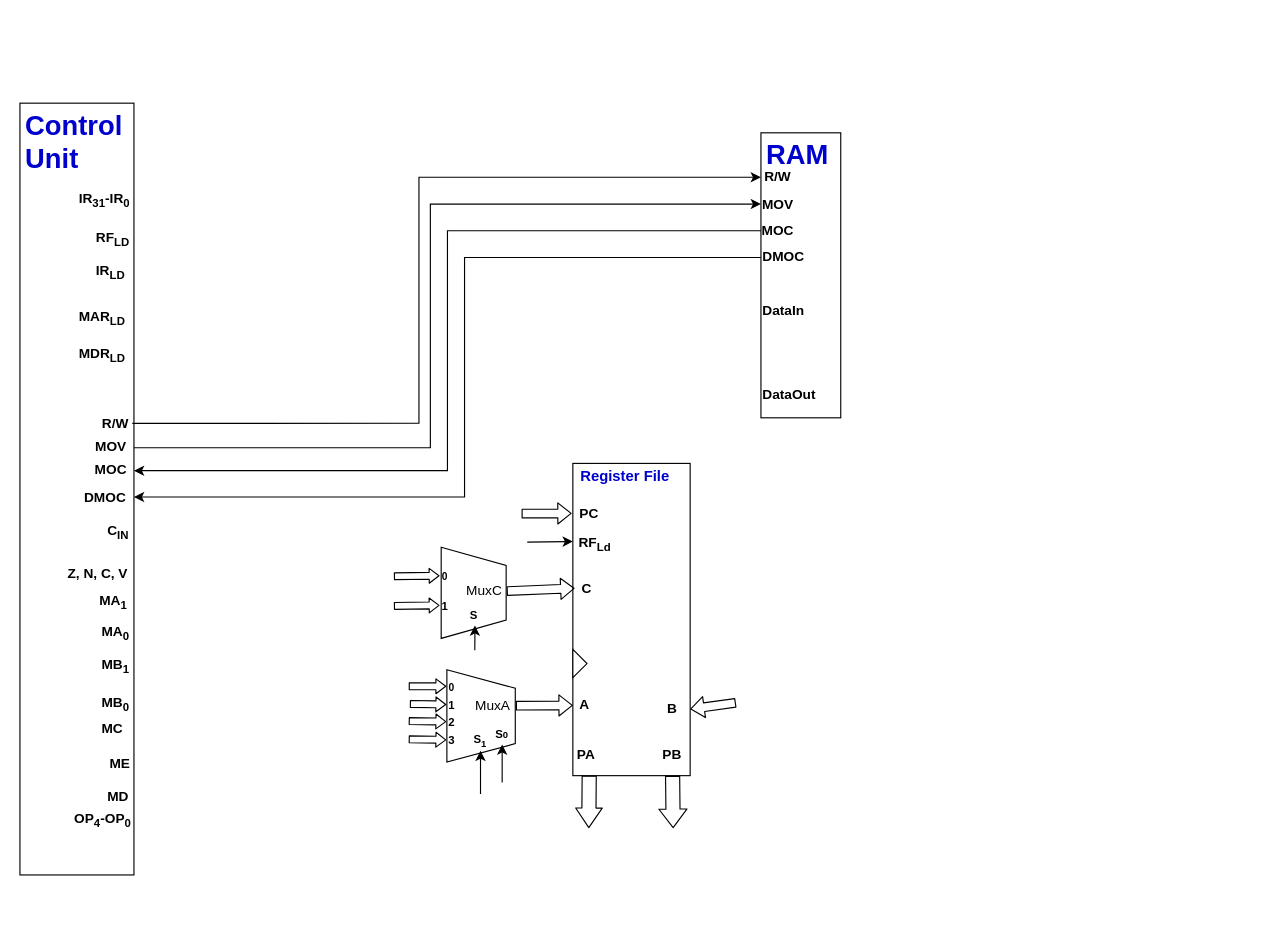
Earlier version of the draw.io diagram MIPS CPU Diagram.drawio (TheParodicts/MIPS_CPU_Diagram). Source tidied: cells renumbered, new cells numbered last; positions are measured from the earlier drawing's top-left corner, leaving out a move shared by most shapes. Both pictures are drawn from the tidied source at 114%, with x=0, y=0 at pixel (19, 103).
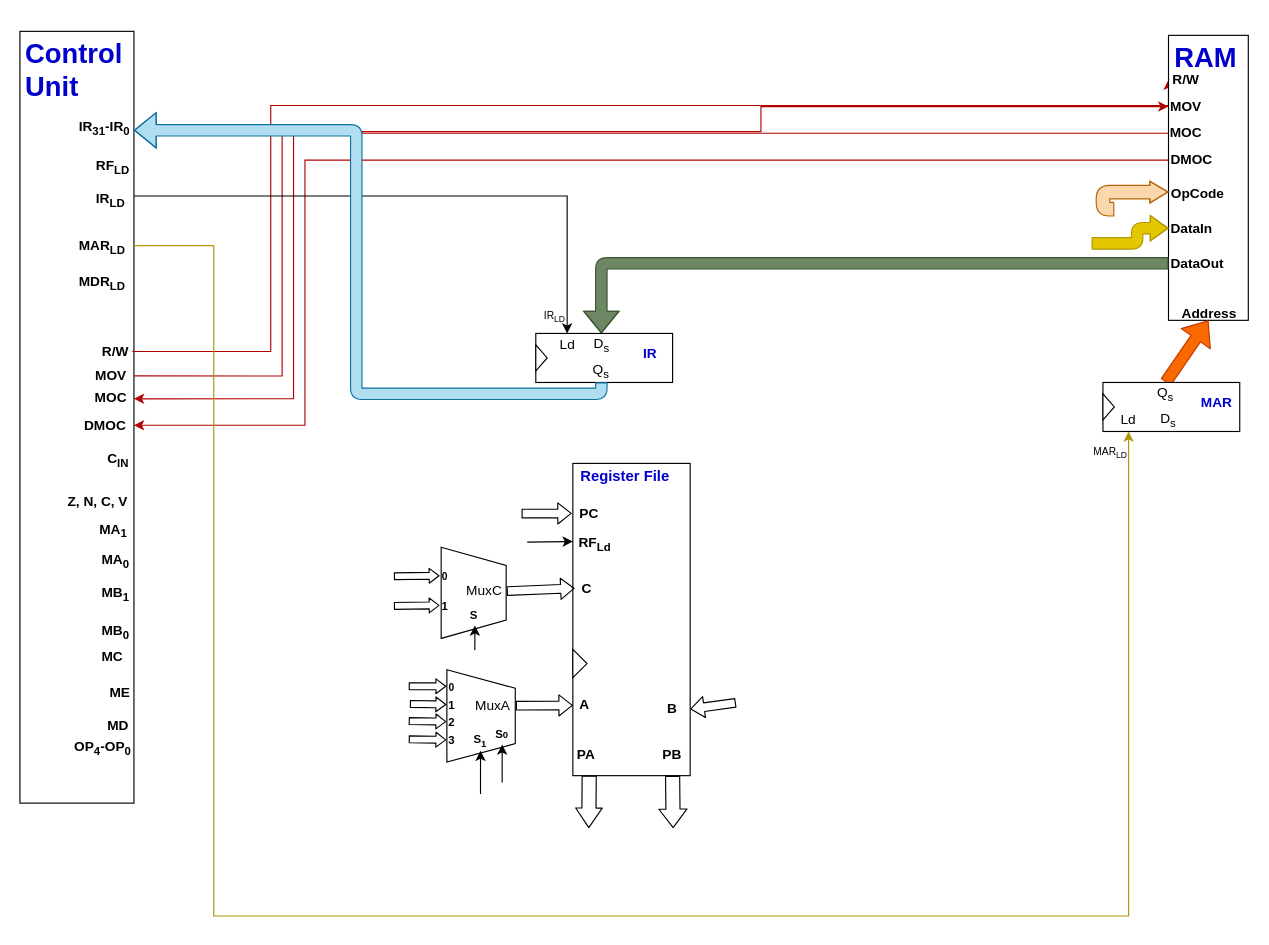
After the change.

Commit message:
Merged Sofias REg file and added MAR and IR

Unchanged cells that the change refers to:
```xml
<mxCell id="8" value="&lt;div style=&quot;text-align: left&quot;&gt;&lt;b&gt;MOC&lt;/b&gt;&lt;/div&gt;" style="text;html=1;strokeColor=none;fillColor=none;align=center;verticalAlign=middle;whiteSpace=wrap;rounded=0;" parent="5" vertex="1">
  <mxGeometry x="60" y="314.7" width="40" height="15.3" as="geometry" />
</mxCell>
<mxCell id="19" value="&lt;div style=&quot;text-align: right&quot;&gt;&lt;b&gt;IR&lt;sub&gt;31&lt;/sub&gt;-IR&lt;sub&gt;0&lt;/sub&gt;&lt;/b&gt;&lt;br&gt;&lt;/div&gt;" style="text;html=1;" parent="5" vertex="1">
  <mxGeometry x="50" y="70.1" width="50" height="33.4" as="geometry" />
</mxCell>
<mxCell id="21" value="&lt;div style=&quot;text-align: right&quot;&gt;&lt;b&gt;IR&lt;sub&gt;LD&lt;/sub&gt;&lt;/b&gt;&lt;br&gt;&lt;/div&gt;" style="text;html=1;" parent="5" vertex="1">
  <mxGeometry x="65" y="132.5" width="35" height="23.8" as="geometry" />
</mxCell>
<mxCell id="22" value="&lt;div style=&quot;text-align: right&quot;&gt;&lt;b&gt;MAR&lt;sub&gt;LD&lt;/sub&gt;&lt;/b&gt;&lt;br&gt;&lt;/div&gt;" style="text;html=1;" parent="5" vertex="1">
  <mxGeometry x="50" y="174" width="50" height="28" as="geometry" />
</mxCell>
<mxCell id="24" value="&lt;div style=&quot;text-align: left&quot;&gt;&lt;b&gt;DMOC&lt;/b&gt;&lt;/div&gt;" style="text;html=1;strokeColor=none;fillColor=none;align=center;verticalAlign=middle;whiteSpace=wrap;rounded=0;" parent="5" vertex="1">
  <mxGeometry x="50" y="338" width="50" height="15" as="geometry" />
</mxCell>
<mxCell id="25" value="&lt;div style=&quot;text-align: left&quot;&gt;&lt;b&gt;MOV&lt;/b&gt;&lt;/div&gt;" style="text;html=1;strokeColor=none;fillColor=none;align=center;verticalAlign=middle;whiteSpace=wrap;rounded=0;" parent="5" vertex="1">
  <mxGeometry x="60" y="292.7" width="40" height="19.1" as="geometry" />
</mxCell>
<mxCell id="26" value="&lt;div style=&quot;text-align: left&quot;&gt;&lt;b&gt;R/W&lt;/b&gt;&lt;/div&gt;" style="text;html=1;strokeColor=none;fillColor=none;align=center;verticalAlign=middle;whiteSpace=wrap;rounded=0;" parent="5" vertex="1">
  <mxGeometry x="68.5" y="273.4" width="30" height="14.9" as="geometry" />
</mxCell>
<mxCell id="30" style="group;" parent="29" vertex="1">
  <mxGeometry width="70" height="250" as="geometry" />
</mxCell>
<mxCell id="31" style="group;" parent="30" vertex="1">
  <mxGeometry width="70" height="250" as="geometry" />
</mxCell>
<mxCell id="34" value="&lt;div style=&quot;text-align: left&quot;&gt;&lt;b&gt;R/W&lt;/b&gt;&lt;/div&gt;" style="text;html=1;strokeColor=none;fillColor=none;align=center;verticalAlign=middle;whiteSpace=wrap;rounded=0;" parent="31" vertex="1">
  <mxGeometry y="31.2" width="30" height="15.6" as="geometry" />
</mxCell>
<mxCell id="35" value="&lt;div style=&quot;text-align: left&quot;&gt;&lt;b&gt;MOC&lt;/b&gt;&lt;/div&gt;" style="text;html=1;strokeColor=none;fillColor=none;align=center;verticalAlign=middle;whiteSpace=wrap;rounded=0;" parent="31" vertex="1">
  <mxGeometry y="78.1" width="30" height="15.6" as="geometry" />
</mxCell>
<mxCell id="36" value="&lt;div style=&quot;text-align: left&quot;&gt;&lt;b&gt;DMOC&lt;/b&gt;&lt;/div&gt;" style="text;html=1;strokeColor=none;fillColor=none;align=center;verticalAlign=middle;whiteSpace=wrap;rounded=0;" parent="31" vertex="1">
  <mxGeometry y="101.6" width="40" height="15.6" as="geometry" />
</mxCell>
<mxCell id="38" value="&lt;div style=&quot;text-align: left&quot;&gt;&lt;b&gt;MOV&lt;/b&gt;&lt;/div&gt;" style="text;html=1;strokeColor=none;fillColor=none;align=center;verticalAlign=middle;whiteSpace=wrap;rounded=0;" parent="30" vertex="1">
  <mxGeometry y="52.5" width="30" height="20" as="geometry" />
</mxCell>
```

The edit, as a diff of the source:
```diff
@@
-    <mxCell id="2" style="edgeStyle=orthogonalEdgeStyle;rounded=0;jettySize=auto;html=1;entryX=1;entryY=0.5;entryDx=0;entryDy=0;" parent="1" edge="1" source="35" target="8">
+    <mxCell id="2" style="edgeStyle=orthogonalEdgeStyle;rounded=0;jettySize=auto;html=1;entryX=1;entryY=0.5;entryDx=0;entryDy=0;fillColor=#e51400;strokeColor=#B20000;exitX=0;exitY=0.5;exitDx=0;exitDy=0;" parent="1" edge="1" source="35" target="8">
       <mxGeometry relative="1" as="geometry">
         <Array as="points">
-          <mxPoint x="375" y="112" />
-          <mxPoint x="375" y="322" />
+          <mxPoint x="240" y="26" />
+          <mxPoint x="240" y="259" />
         </Array>
       </mxGeometry>
     </mxCell>
-    <mxCell id="3" style="edgeStyle=orthogonalEdgeStyle;rounded=0;jettySize=auto;html=1;entryX=1;entryY=0.5;entryDx=0;entryDy=0;" parent="1" edge="1" source="36" target="24">
+    <mxCell id="3" style="edgeStyle=orthogonalEdgeStyle;rounded=0;jettySize=auto;html=1;entryX=1;entryY=0.5;entryDx=0;entryDy=0;fillColor=#e51400;strokeColor=#B20000;" parent="1" edge="1" source="36" target="24">
       <mxGeometry relative="1" as="geometry">
         <Array as="points">
-          <mxPoint x="390" y="135" />
-          <mxPoint x="390" y="346" />
+          <mxPoint x="250" y="50" />
+          <mxPoint x="250" y="282" />
         </Array>
       </mxGeometry>
     </mxCell>
     <mxCell id="4" style="group;" parent="1" vertex="1">
-      <mxGeometry width="101" height="677" as="geometry" />
+      <mxGeometry y="-63" width="101" height="677" as="geometry" />
     </mxCell>
@@
-    <mxCell id="27" style="endArrow=classic;html=1;exitX=1;exitY=0.5;exitDx=0;exitDy=0;entryX=0;entryY=0.5;entryDx=0;entryDy=0;edgeStyle=orthogonalEdgeStyle;rounded=0;" parent="1" edge="1" source="26" target="34">
+    <mxCell id="27" style="endArrow=classic;html=1;exitX=1;exitY=0.5;exitDx=0;exitDy=0;entryX=0;entryY=0.5;entryDx=0;entryDy=0;edgeStyle=orthogonalEdgeStyle;rounded=0;fillColor=#e51400;strokeColor=#B20000;" parent="1" edge="1" source="26" target="34">
       <mxGeometry relative="1" as="geometry">
         <Array as="points">
-          <mxPoint x="350" y="281" />
-          <mxPoint x="350" y="65" />
+          <mxPoint x="220" y="218" />
+          <mxPoint x="220" y="2" />
         </Array>
       </mxGeometry>
     </mxCell>
-    <mxCell id="28" style="endArrow=classic;html=1;exitX=1;exitY=0.5;exitDx=0;exitDy=0;entryX=0;entryY=0.5;entryDx=0;entryDy=0;edgeStyle=orthogonalEdgeStyle;rounded=0;" parent="1" edge="1" source="25" target="38">
+    <mxCell id="28" style="endArrow=classic;html=1;exitX=1;exitY=0.5;exitDx=0;exitDy=0;entryX=0;entryY=0.5;entryDx=0;entryDy=0;edgeStyle=orthogonalEdgeStyle;rounded=0;fillColor=#e51400;strokeColor=#B20000;" parent="1" edge="1" source="25" target="38">
       <mxGeometry relative="1" as="geometry">
         <Array as="points">
-          <mxPoint x="360" y="302" />
-          <mxPoint x="360" y="88" />
+          <mxPoint x="230" y="239" />
+          <mxPoint x="230" y="25" />
+          <mxPoint x="650" y="25" />
         </Array>
       </mxGeometry>
     </mxCell>
     <mxCell id="29" style="group;" parent="1" vertex="1">
-      <mxGeometry x="650" y="26" width="70" height="250" as="geometry" />
+      <mxGeometry x="1007.5" y="-59.5" width="70" height="250" as="geometry" />
     </mxCell>
@@
     <mxCell id="37" value="&lt;div style=&quot;text-align: left&quot;&gt;&lt;b&gt;DataIn&lt;/b&gt;&lt;/div&gt;" style="text;html=1;strokeColor=none;fillColor=none;align=center;verticalAlign=middle;whiteSpace=wrap;rounded=0;" parent="31" vertex="1">
-      <mxGeometry y="148.4" width="40" height="15.6" as="geometry" />
+      <mxGeometry y="161.4" width="40" height="15.6" as="geometry" />
     </mxCell>
+    <mxCell id="86" value="&lt;b&gt;Address&lt;/b&gt;" style="text;html=1;align=center;" parent="31" vertex="1">
+      <mxGeometry y="230" width="70" height="20" as="geometry" />
+    </mxCell>
+    <mxCell id="87" value="&lt;b&gt;OpCode&lt;/b&gt;" style="text;html=1;" parent="31" vertex="1">
+      <mxGeometry y="125" width="60" height="25" as="geometry" />
+    </mxCell>
@@
     <mxCell id="39" value="&lt;div style=&quot;text-align: left&quot;&gt;&lt;b&gt;DataOut&lt;/b&gt;&lt;/div&gt;" style="text;html=1;strokeColor=none;fillColor=none;align=center;verticalAlign=middle;whiteSpace=wrap;rounded=0;" parent="30" vertex="1">
-      <mxGeometry y="220" width="50" height="20" as="geometry" />
+      <mxGeometry y="190" width="50" height="20" as="geometry" />
     </mxCell>
+    <mxCell id="88" style="shape=flexArrow;endArrow=classic;html=1;entryX=0;entryY=0.5;entryDx=0;entryDy=0;edgeStyle=orthogonalEdgeStyle;endWidth=11.162790697674419;endSize=4.82093023255814;fillColor=#e3c800;strokeColor=#B09500;" parent="1" edge="1" target="37">
+      <mxGeometry relative="1" as="geometry">
+        <mxPoint x="940" y="123" as="sourcePoint" />
+        <Array as="points">
+          <mxPoint x="980" y="123" />
+          <mxPoint x="980" y="110" />
+        </Array>
+      </mxGeometry>
+    </mxCell>
@@
+    <mxCell id="89" style="shape=flexArrow;endArrow=classic;html=1;exitX=0;exitY=0.5;exitDx=0;exitDy=0;edgeStyle=orthogonalEdgeStyle;entryX=0.5;entryY=0;entryDx=0;entryDy=0;fillColor=#6d8764;strokeColor=#3A5431;" parent="1" edge="1" source="39" target="109">
+      <mxGeometry relative="1" as="geometry" />
+    </mxCell>
@@
+    <mxCell id="90" style="shape=flexArrow;endArrow=classic;html=1;entryX=0.5;entryY=1;entryDx=0;entryDy=0;exitX=0.5;exitY=0;exitDx=0;exitDy=0;fillColor=#fa6800;strokeColor=#C73500;" parent="1" edge="1" source="97" target="86">
+      <mxGeometry relative="1" as="geometry" />
+    </mxCell>
@@
+    <mxCell id="91" style="endArrow=classic;html=1;entryX=0.5;entryY=1;entryDx=0;entryDy=0;exitX=1;exitY=0.5;exitDx=0;exitDy=0;edgeStyle=orthogonalEdgeStyle;rounded=0;fillColor=#e3c800;strokeColor=#B09500;" parent="1" edge="1" source="22" target="98">
+      <mxGeometry relative="1" as="geometry">
+        <Array as="points">
+          <mxPoint x="170" y="125" />
+          <mxPoint x="170" y="713" />
+          <mxPoint x="972" y="713" />
+        </Array>
+      </mxGeometry>
+    </mxCell>
@@
+    <mxCell id="92" style="shape=flexArrow;endArrow=classic;html=1;entryX=0;entryY=0.5;entryDx=0;entryDy=0;edgeStyle=orthogonalEdgeStyle;endWidth=6.078961600865333;endSize=4.946511627906977;width=11.86046511627907;fillColor=#fad7ac;strokeColor=#b46504;" parent="1" edge="1" target="87">
+      <mxGeometry relative="1" as="geometry">
+        <mxPoint x="960" y="93" as="sourcePoint" />
+        <Array as="points">
+          <mxPoint x="950" y="93" />
+          <mxPoint x="950" y="78" />
+        </Array>
+      </mxGeometry>
+    </mxCell>
@@
+    <mxCell id="93" style="group;" parent="1" vertex="1">
+      <mxGeometry x="940" y="244.9" width="130" height="76.6" as="geometry" />
+    </mxCell>
+    <mxCell id="94" style="group;" parent="93" vertex="1">
+      <mxGeometry x="10" width="120" height="43.1" as="geometry" />
+    </mxCell>
+    <mxCell id="95" style="rounded=0;whiteSpace=wrap;html=1;align=center;" parent="94" vertex="1">
+      <mxGeometry y="0.1" width="120" height="43" as="geometry" />
+    </mxCell>
+    <mxCell id="96" value="&lt;b&gt;&lt;font color=&quot;#0000cc&quot;&gt;MAR&lt;/font&gt;&lt;/b&gt;" style="text;html=1;strokeColor=none;fillColor=none;align=center;verticalAlign=middle;whiteSpace=wrap;rounded=0;" parent="94" vertex="1">
+      <mxGeometry x="80" y="0.1" width="40" height="35" as="geometry" />
+    </mxCell>
+    <mxCell id="97" value="Q&lt;sub&gt;s&lt;/sub&gt;" style="text;html=1;strokeColor=none;fillColor=none;align=center;verticalAlign=middle;whiteSpace=wrap;rounded=0;" parent="94" vertex="1">
+      <mxGeometry x="35" width="40" height="20" as="geometry" />
+    </mxCell>
+    <mxCell id="98" value="Ld&lt;br&gt;" style="text;html=1;strokeColor=none;fillColor=none;align=center;verticalAlign=middle;whiteSpace=wrap;rounded=0;" parent="94" vertex="1">
+      <mxGeometry x="10" y="23.1" width="25" height="20" as="geometry" />
+    </mxCell>
+    <mxCell id="99" value="D&lt;sub&gt;s&lt;/sub&gt;" style="text;html=1;strokeColor=none;fillColor=none;align=center;verticalAlign=middle;whiteSpace=wrap;rounded=0;" parent="94" vertex="1">
+      <mxGeometry x="45" y="23.1" width="25" height="20" as="geometry" />
+    </mxCell>
+    <mxCell id="100" style="triangle;whiteSpace=wrap;html=1;align=center;" parent="94" vertex="1">
+      <mxGeometry y="10.1" width="10" height="23" as="geometry" />
+    </mxCell>
+    <mxCell id="101" value="&lt;div style=&quot;text-align: right ; font-size: 9px&quot;&gt;MAR&lt;sub&gt;LD&lt;/sub&gt;&lt;br&gt;&lt;/div&gt;" style="text;html=1;" parent="93" vertex="1">
+      <mxGeometry y="48.6" width="40" height="28" as="geometry" />
+    </mxCell>
@@
+    <mxCell id="102" style="endArrow=classic;html=1;entryX=0.5;entryY=0;entryDx=0;entryDy=0;exitX=1;exitY=0.5;exitDx=0;exitDy=0;edgeStyle=orthogonalEdgeStyle;rounded=0;" parent="1" edge="1" source="21" target="108">
+      <mxGeometry relative="1" as="geometry" />
+    </mxCell>
@@
+    <mxCell id="103" style="group;" parent="1" vertex="1">
+      <mxGeometry x="452.5" y="172" width="120" height="73" as="geometry" />
+    </mxCell>
+    <mxCell id="104" style="group;" parent="103" vertex="1">
+      <mxGeometry y="29.9" width="120" height="43.1" as="geometry" />
+    </mxCell>
+    <mxCell id="105" style="rounded=0;whiteSpace=wrap;html=1;align=center;" parent="104" vertex="1">
+      <mxGeometry y="0.1" width="120" height="43" as="geometry" />
+    </mxCell>
+    <mxCell id="106" value="&lt;b&gt;&lt;font color=&quot;#0000cc&quot;&gt;IR&lt;/font&gt;&lt;/b&gt;" style="text;html=1;strokeColor=none;fillColor=none;align=center;verticalAlign=middle;whiteSpace=wrap;rounded=0;" parent="104" vertex="1">
+      <mxGeometry x="80" y="0.1" width="40" height="35" as="geometry" />
+    </mxCell>
+    <mxCell id="107" value="Q&lt;sub&gt;s&lt;/sub&gt;" style="text;html=1;strokeColor=none;fillColor=none;align=center;verticalAlign=middle;whiteSpace=wrap;rounded=0;" parent="104" vertex="1">
+      <mxGeometry x="37.5" y="23" width="40" height="20" as="geometry" />
+    </mxCell>
+    <mxCell id="108" value="Ld&lt;br&gt;" style="text;html=1;strokeColor=none;fillColor=none;align=center;verticalAlign=middle;whiteSpace=wrap;rounded=0;" parent="104" vertex="1">
+      <mxGeometry x="15" y="0.1" width="25" height="20" as="geometry" />
+    </mxCell>
+    <mxCell id="109" value="D&lt;sub&gt;s&lt;/sub&gt;" style="text;html=1;strokeColor=none;fillColor=none;align=center;verticalAlign=middle;whiteSpace=wrap;rounded=0;" parent="104" vertex="1">
+      <mxGeometry x="45" y="0.1" width="25" height="20" as="geometry" />
+    </mxCell>
+    <mxCell id="110" style="triangle;whiteSpace=wrap;html=1;align=center;" parent="104" vertex="1">
+      <mxGeometry y="10.1" width="10" height="23" as="geometry" />
+    </mxCell>
+    <mxCell id="111" value="&lt;font style=&quot;font-size: 9px&quot;&gt;IR&lt;sub&gt;LD&lt;/sub&gt;&lt;/font&gt;" style="text;html=1;" parent="103" vertex="1">
+      <mxGeometry x="5" width="30" height="30" as="geometry" />
+    </mxCell>
@@
+    <mxCell id="112" style="shape=flexArrow;endArrow=classic;html=1;exitX=0.5;exitY=1;exitDx=0;exitDy=0;entryX=1;entryY=0.5;entryDx=0;entryDy=0;edgeStyle=orthogonalEdgeStyle;fillColor=#b1ddf0;strokeColor=#10739e;" parent="1" edge="1" source="107" target="19">
+      <mxGeometry relative="1" as="geometry" />
+    </mxCell>
```
